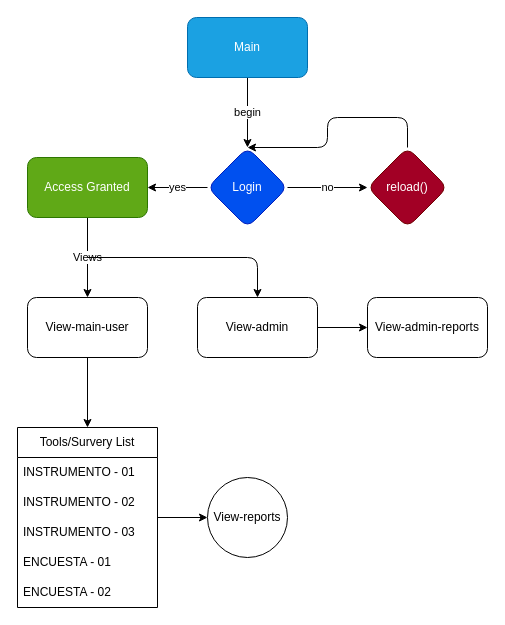
Earlier version of the draw.io diagram app-diser-2024/scheme.drawio (mvillegasterrones/apps). Source tidied: cells renumbered, new cells numbered last; positions are measured from the earlier drawing's top-left corner, leaving out a move shared by most shapes. Both pictures are drawn from the tidied source at 100%, with x=0, y=0 at pixel (17, 17).
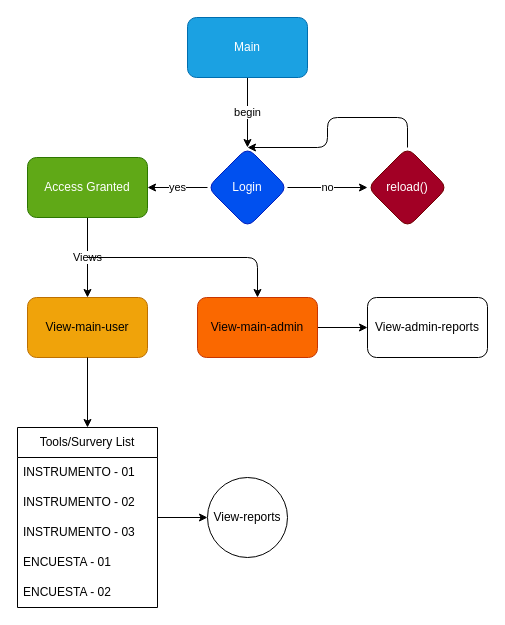
The same page after the edit.

Change to the diagram source:
```diff
@@
-    <mxCell id="10" value="View-main-user" style="rounded=1;whiteSpace=wrap;html=1;" parent="1" vertex="1">
+    <mxCell id="10" value="View-main-user" style="rounded=1;whiteSpace=wrap;html=1;fillColor=#f0a30a;fontColor=#000000;strokeColor=#BD7000;" parent="1" vertex="1">
       <mxGeometry x="10" y="280" width="120" height="60" as="geometry" />
     </mxCell>
@@
-    <mxCell id="22" value="View-admin" style="rounded=1;whiteSpace=wrap;html=1;" parent="1" vertex="1">
+    <mxCell id="22" value="View-main-admin" style="rounded=1;whiteSpace=wrap;html=1;fillColor=#fa6800;fontColor=#000000;strokeColor=#C73500;" parent="1" vertex="1">
       <mxGeometry x="180" y="280" width="120" height="60" as="geometry" />
     </mxCell>
```
